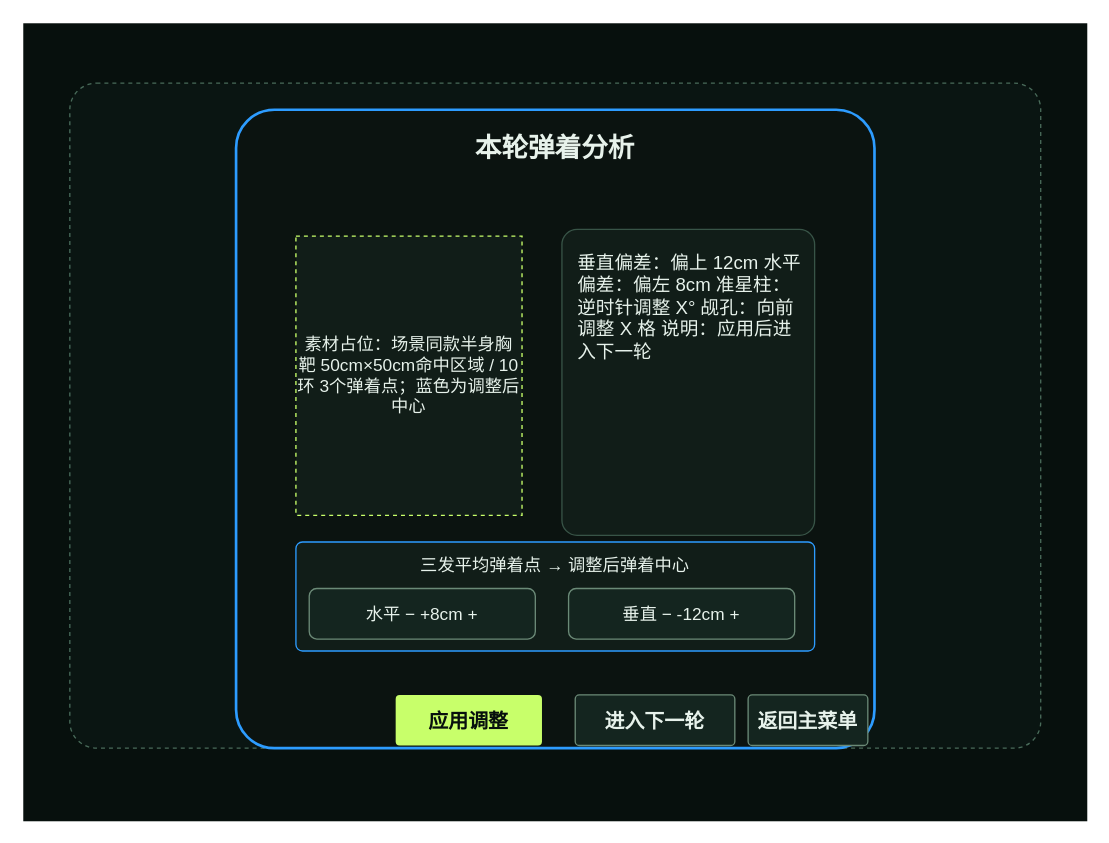
96shui/SimulatedShooting keeps this draw.io diagram as page "06 弹着分析" (7 of 24) of UI/Sample/vr-shooting-ui-reference-wireframes.drawio. Above is the earlier version. Source tidied: cells renumbered, new cells numbered last; positions are measured from the earlier drawing's top-left corner, leaving out a move shared by most shapes. Both pictures are drawn from the tidied source at 133%, with x=0, y=0 at pixel (23, 23).
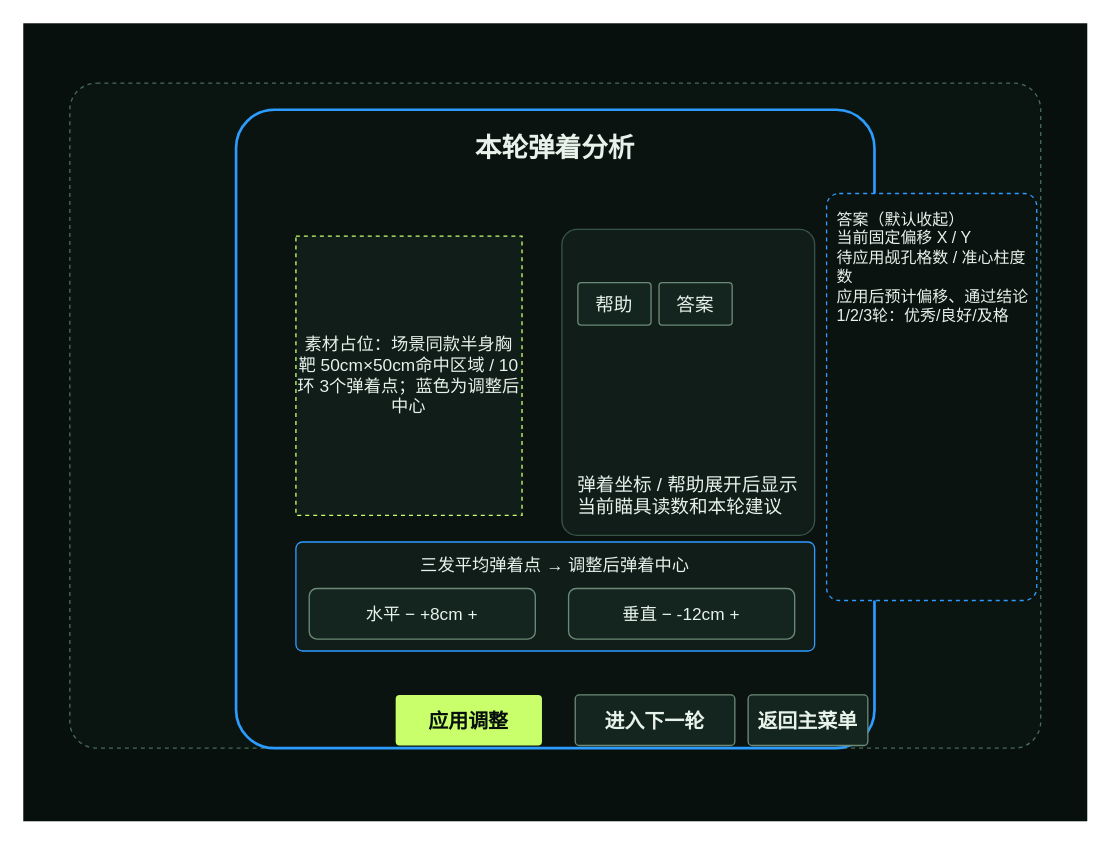
The same page after the edit.

Change to the diagram source:
```diff
@@
 <mxGraphModel>
   <root>
     <mxCell id="0" />
     <mxCell id="1" parent="0" />
     <mxCell id="2" style="rounded=0;fillColor=#07100d;strokeColor=none;" parent="1" vertex="1">
       <mxGeometry width="800" height="600" as="geometry" />
     </mxCell>
     <mxCell id="3" value="素材占位：虚化靶场射击背景" style="rounded=1;dashed=1;arcSize=4;fillColor=#0a1512;strokeColor=#496b5a;fontColor=#8fa99b;fontSize=14;align=center;whiteSpace=wrap;html=1;" parent="1" vertex="1">
       <mxGeometry x="35" y="45" width="730" height="500" as="geometry" />
     </mxCell>
     <mxCell id="4" value="本轮弹着分析" style="rounded=1;arcSize=6;fillColor=#0b1310;strokeColor=#2d9cff;strokeWidth=2;fontColor=#e7f2eb;fontSize=20;fontStyle=1;align=center;verticalAlign=top;spacing=12;whiteSpace=wrap;html=1;" parent="1" vertex="1">
       <mxGeometry x="160" y="65" width="480" height="480" as="geometry" />
     </mxCell>
     <mxCell id="5" value="素材占位：场景同款半身胸靶 50cm×50cm命中区域 / 10环 3个弹着点；蓝色为调整后中心" style="rounded=0;dashed=1;whiteSpace=wrap;html=1;fillColor=#111d18;strokeColor=#c8ff6a;fontColor=#e7f2eb;fontSize=13;" parent="1" vertex="1">
       <mxGeometry x="205" y="160" width="170" height="210" as="geometry" />
     </mxCell>
-    <mxCell id="6" value="垂直偏差：偏上 12cm 水平偏差：偏左 8cm 准星柱：逆时针调整 X° 觇孔：向前调整 X 格 说明：应用后进入下一轮" style="rounded=1;arcSize=6;fillColor=#111d18;strokeColor=#385447;fontColor=#e7f2eb;fontSize=14;align=left;verticalAlign=top;spacing=12;whiteSpace=wrap;html=1;" parent="1" vertex="1">
+    <mxCell id="6" value="弹着坐标 / 帮助展开后显示当前瞄具读数和本轮建议" style="rounded=1;arcSize=6;fillColor=#111d18;strokeColor=#385447;fontColor=#e7f2eb;fontSize=14;align=left;verticalAlign=bottom;spacing=12;whiteSpace=wrap;html=1;" parent="1" vertex="1">
       <mxGeometry x="405" y="155" width="190" height="230" as="geometry" />
     </mxCell>
+    <mxCell id="13" value="帮助" style="rounded=1;arcSize=8;fillColor=#14251f;strokeColor=#6b8a77;fontColor=#e7f2eb;fontSize=14;" parent="1" vertex="1">
+      <mxGeometry x="417" y="195" width="55" height="32" as="geometry" />
+    </mxCell>
+    <mxCell id="14" value="答案" style="rounded=1;arcSize=8;fillColor=#14251f;strokeColor=#6b8a77;fontColor=#e7f2eb;fontSize=14;" parent="1" vertex="1">
+      <mxGeometry x="478" y="195" width="55" height="32" as="geometry" />
+    </mxCell>
+    <mxCell id="15" value="答案（默认收起）&#10;当前固定偏移 X / Y&#10;待应用觇孔格数 / 准心柱度数&#10;应用后预计偏移、通过结论&#10;1/2/3轮：优秀/良好/及格" style="rounded=1;arcSize=6;dashed=1;fillColor=#0b1310;strokeColor=#2d9cff;fontColor=#e7f2eb;fontSize=12;align=left;verticalAlign=top;spacing=8;whiteSpace=wrap;html=1;" parent="1" vertex="1">
+      <mxGeometry x="604" y="128" width="158" height="306" as="geometry" />
+    </mxCell>
     <mxCell id="7" value="应用调整" style="rounded=1;arcSize=8;fillColor=#c8ff6a;strokeColor=none;fontColor=#07100d;fontSize=15;fontStyle=1;" parent="1" vertex="1">
       <mxGeometry x="280" y="505" width="110" height="38" as="geometry" />
     </mxCell>
     <mxCell id="8" value="进入下一轮" style="rounded=1;arcSize=8;fillColor=#14251f;strokeColor=#6b8a77;fontColor=#e7f2eb;fontSize=15;fontStyle=1;" parent="1" vertex="1">
       <mxGeometry x="415" y="505" width="120" height="38" as="geometry" />
     </mxCell>
     <mxCell id="9" value="三发平均弹着点 → 调整后弹着中心" style="rounded=1;arcSize=6;fillColor=#111d18;strokeColor=#2d9cff;fontColor=#e7f2eb;fontSize=13;align=center;verticalAlign=top;spacing=5;whiteSpace=wrap;html=1;" parent="1" vertex="1">
       <mxGeometry x="205" y="390" width="390" height="82" as="geometry" />
     </mxCell>
     <mxCell id="10" value="水平  −    +8cm    +" style="rounded=1;fillColor=#14251f;strokeColor=#6b8a77;fontColor=#e7f2eb;fontSize=13;align=center;whiteSpace=wrap;html=1;" parent="1" vertex="1">
       <mxGeometry x="215" y="425" width="170" height="38" as="geometry" />
     </mxCell>
     <mxCell id="11" value="垂直  −    -12cm    +" style="rounded=1;fillColor=#14251f;strokeColor=#6b8a77;fontColor=#e7f2eb;fontSize=13;align=center;whiteSpace=wrap;html=1;" parent="1" vertex="1">
       <mxGeometry x="410" y="425" width="170" height="38" as="geometry" />
     </mxCell>
     <mxCell id="12" value="返回主菜单" style="rounded=1;arcSize=8;fillColor=#14251f;strokeColor=#6b8a77;fontColor=#e7f2eb;fontSize=15;fontStyle=1;" parent="1" vertex="1">
       <mxGeometry x="545" y="505" width="90" height="38" as="geometry" />
     </mxCell>
   </root>
 </mxGraphModel>
```
